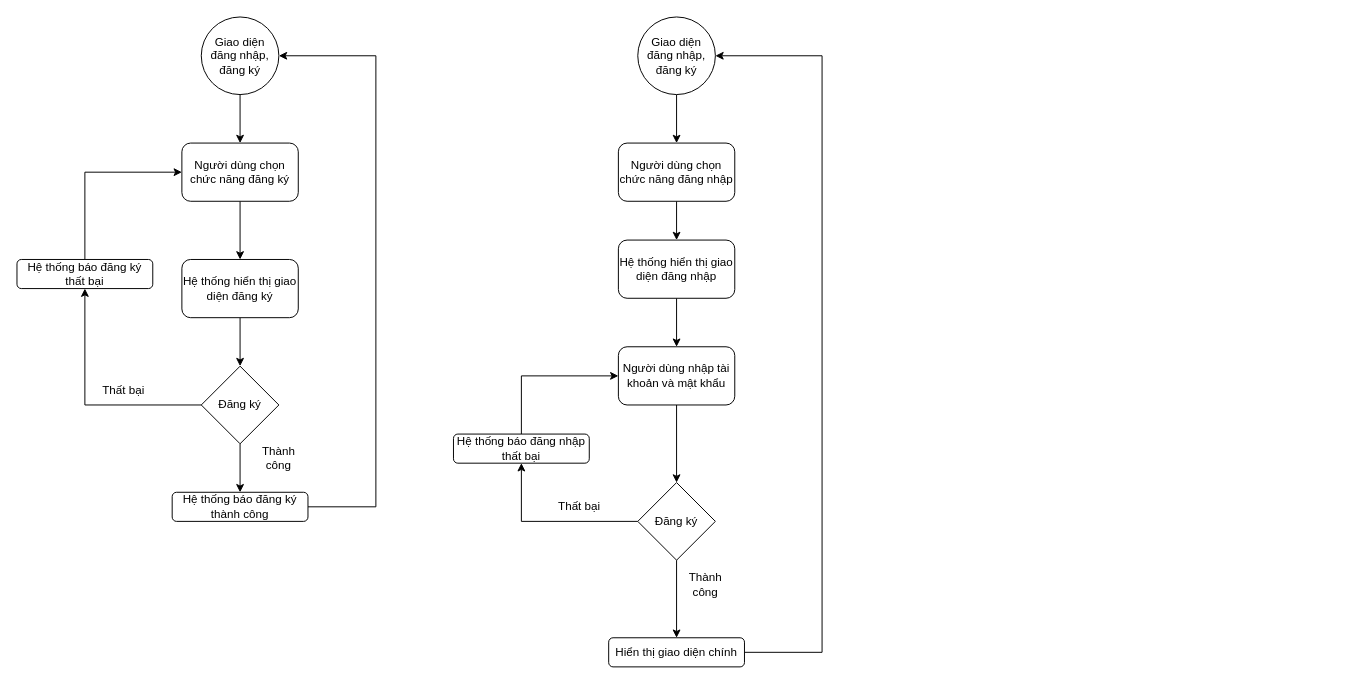
ngnhonk/BeautyMatch keeps this draw.io diagram as User-case chi tiet.drawio. Above is the earlier version. Source tidied: cells renumbered, new cells numbered last; positions are measured from the earlier drawing's top-left corner, leaving out a move shared by most shapes. Both pictures are drawn from the tidied source at 97%, with x=0, y=0 at pixel (16, 16).
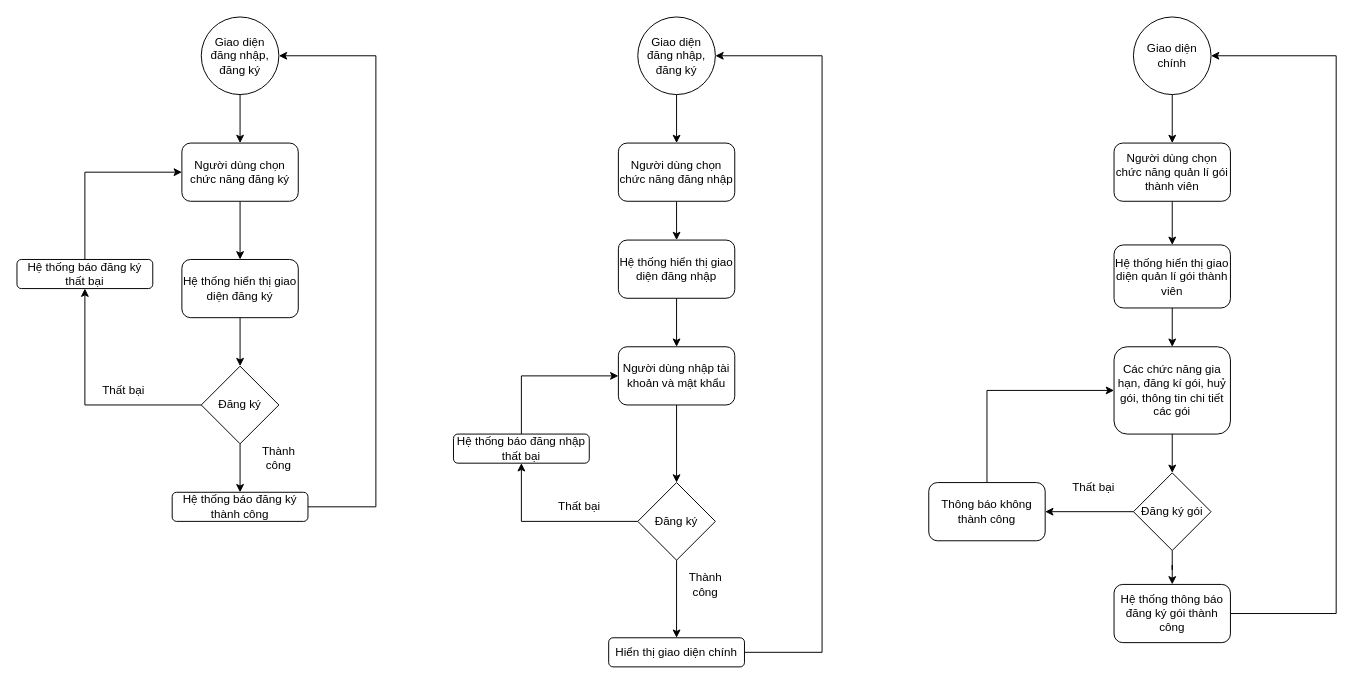
The same page after the edit.

Commit message:
Update Dang ky goi thanh vien.drawio

Change to the diagram source:
```diff
@@
+    <mxCell id="34" style="edgeStyle=orthogonalEdgeStyle;rounded=0;jettySize=auto;html=1;" parent="1" edge="1" source="35" target="37">
+      <mxGeometry relative="1" as="geometry" />
+    </mxCell>
+    <mxCell id="35" value="Giao diện chính" style="ellipse;whiteSpace=wrap;html=1;" parent="1" vertex="1">
+      <mxGeometry x="1151" width="80" height="80" as="geometry" />
+    </mxCell>
+    <mxCell id="36" style="edgeStyle=orthogonalEdgeStyle;rounded=0;jettySize=auto;html=1;entryX=0.5;entryY=0;entryDx=0;entryDy=0;" parent="1" edge="1" source="37" target="39">
+      <mxGeometry relative="1" as="geometry" />
+    </mxCell>
+    <mxCell id="37" value="Người dùng chọn chức năng quản lí gói thành viên" style="rounded=1;whiteSpace=wrap;html=1;" parent="1" vertex="1">
+      <mxGeometry x="1131" y="130" width="120" height="60" as="geometry" />
+    </mxCell>
+    <mxCell id="38" style="edgeStyle=orthogonalEdgeStyle;rounded=0;jettySize=auto;html=1;" parent="1" edge="1" source="39" target="41">
+      <mxGeometry relative="1" as="geometry" />
+    </mxCell>
+    <mxCell id="39" value="Hệ thống hiển thị giao diện quản lí gói thành viên" style="rounded=1;whiteSpace=wrap;html=1;" parent="1" vertex="1">
+      <mxGeometry x="1131" y="235" width="120" height="65" as="geometry" />
+    </mxCell>
+    <mxCell id="40" style="edgeStyle=orthogonalEdgeStyle;rounded=0;jettySize=auto;html=1;entryX=0.5;entryY=0;entryDx=0;entryDy=0;" parent="1" edge="1" source="41" target="44">
+      <mxGeometry relative="1" as="geometry" />
+    </mxCell>
+    <mxCell id="41" value="Các chức năng gia hạn, đăng kí gói, huỷ gói, thông tin chi tiết các gói" style="rounded=1;whiteSpace=wrap;html=1;" parent="1" vertex="1">
+      <mxGeometry x="1131" y="340" width="120" height="90" as="geometry" />
+    </mxCell>
+    <mxCell id="42" style="edgeStyle=orthogonalEdgeStyle;rounded=0;jettySize=auto;html=1;" parent="1" edge="1" source="44" target="48">
+      <mxGeometry relative="1" as="geometry" />
+    </mxCell>
+    <mxCell id="43" style="edgeStyle=orthogonalEdgeStyle;rounded=0;jettySize=auto;html=1;exitX=0;exitY=0.5;exitDx=0;exitDy=0;entryX=1;entryY=0.5;entryDx=0;entryDy=0;" parent="1" edge="1" source="44" target="46">
+      <mxGeometry relative="1" as="geometry" />
+    </mxCell>
+    <mxCell id="44" value="Đăng ký gói" style="rhombus;whiteSpace=wrap;html=1;" parent="1" vertex="1">
+      <mxGeometry x="1151" y="470" width="80" height="80" as="geometry" />
+    </mxCell>
+    <mxCell id="45" style="edgeStyle=orthogonalEdgeStyle;rounded=0;jettySize=auto;html=1;entryX=0;entryY=0.5;entryDx=0;entryDy=0;" parent="1" edge="1" source="46" target="41">
+      <mxGeometry relative="1" as="geometry">
+        <Array as="points">
+          <mxPoint x="1000" y="385" />
+        </Array>
+      </mxGeometry>
+    </mxCell>
+    <mxCell id="46" value="Thông báo không thành công" style="rounded=1;whiteSpace=wrap;html=1;" parent="1" vertex="1">
+      <mxGeometry x="940" y="480" width="120" height="60" as="geometry" />
+    </mxCell>
+    <mxCell id="47" style="edgeStyle=orthogonalEdgeStyle;rounded=0;jettySize=auto;html=1;entryX=1;entryY=0.5;entryDx=0;entryDy=0;" parent="1" edge="1" source="48" target="35">
+      <mxGeometry relative="1" as="geometry">
+        <Array as="points">
+          <mxPoint x="1360" y="615" />
+          <mxPoint x="1360" y="40" />
+        </Array>
+      </mxGeometry>
+    </mxCell>
+    <mxCell id="48" value="Hệ thống thông báo đăng ký gói thành công" style="rounded=1;whiteSpace=wrap;html=1;" parent="1" vertex="1">
+      <mxGeometry x="1131" y="585" width="120" height="60" as="geometry" />
+    </mxCell>
+    <mxCell id="49" value="Thất bại" style="text;html=1;align=center;verticalAlign=middle;whiteSpace=wrap;rounded=0;" parent="1" vertex="1">
+      <mxGeometry x="1080" y="470" width="60" height="30" as="geometry" />
+    </mxCell>
```
